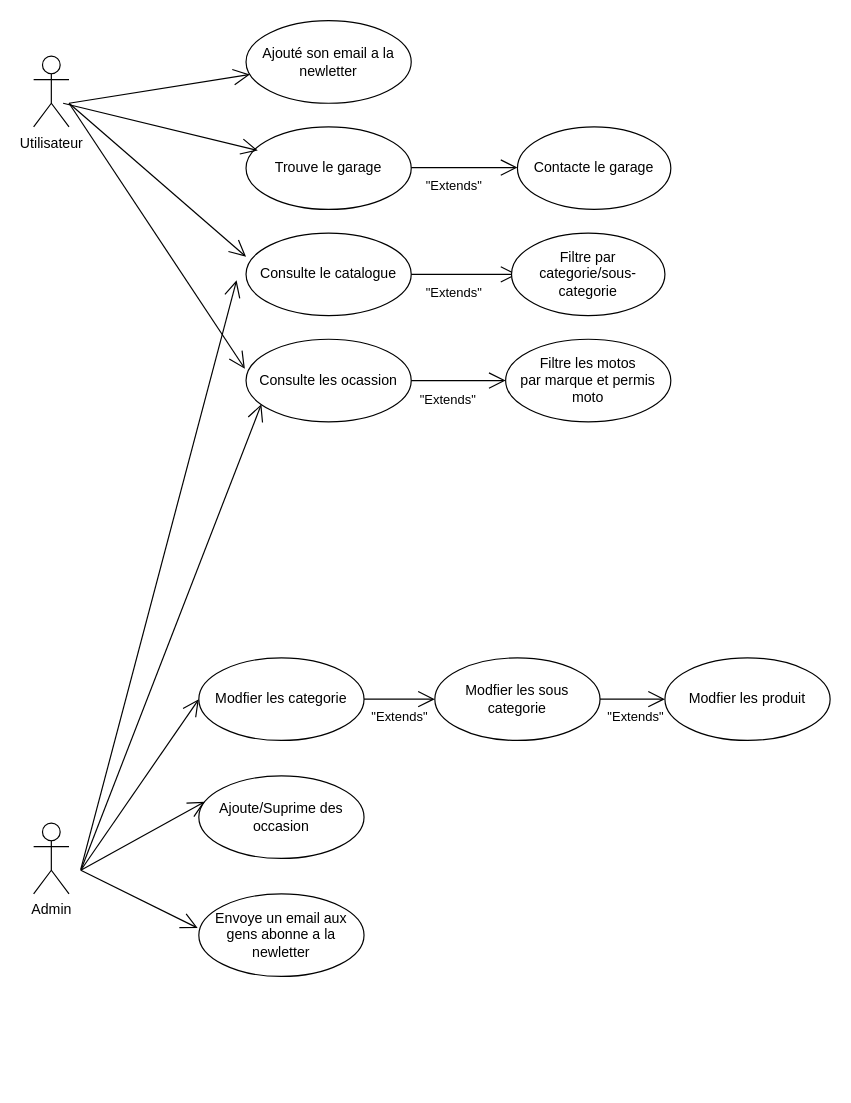
The draw.io diagram UseCase.drawio in Debl0xMain/webappDid, before the edit. Source tidied: cells renumbered, new cells numbered last; positions are measured from the earlier drawing's top-left corner, leaving out a move shared by most shapes. Both pictures are drawn from the tidied source at 118%, with x=0, y=0 at pixel (33, 20).
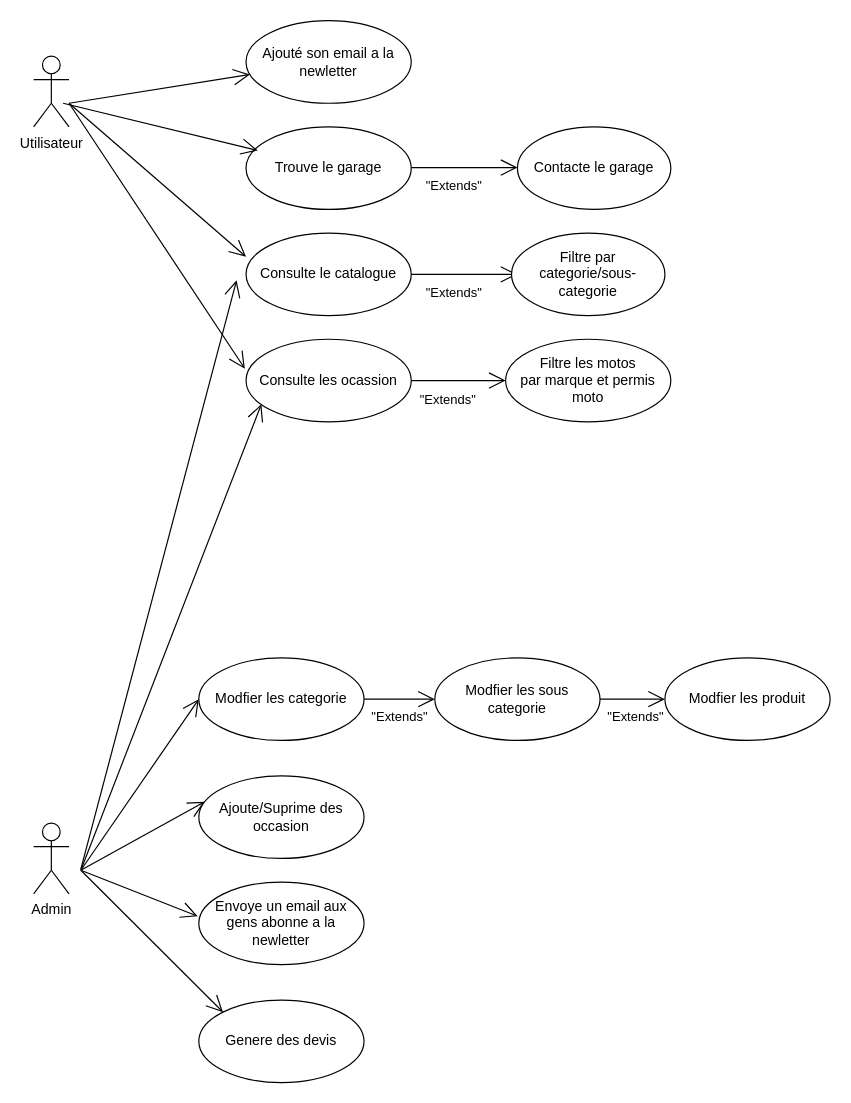
The same diagram, later.

Commit message (it also covers changes not shown here):
Mettre à jour UseCase.drawio

Diff of the diagram source:
```diff
@@
     <mxCell id="33" value="Envoye un email aux gens abonne a la newletter" style="ellipse;whiteSpace=wrap;html=1;" parent="1" vertex="1">
-      <mxGeometry x="140" y="740" width="140" height="70" as="geometry" />
+      <mxGeometry x="140" y="730" width="140" height="70" as="geometry" />
     </mxCell>
@@
+    <mxCell id="35" value="Genere des devis" style="ellipse;whiteSpace=wrap;html=1;" parent="1" vertex="1">
+      <mxGeometry x="140" y="830" width="140" height="70" as="geometry" />
+    </mxCell>
+    <mxCell id="36" style="endArrow=open;endFill=1;endSize=12;html=1;rounded=0;entryX=0;entryY=0;entryDx=0;entryDy=0;" parent="1" edge="1" target="35">
+      <mxGeometry relative="1" as="geometry">
+        <mxPoint x="40" y="720" as="sourcePoint" />
+      </mxGeometry>
+    </mxCell>
```
